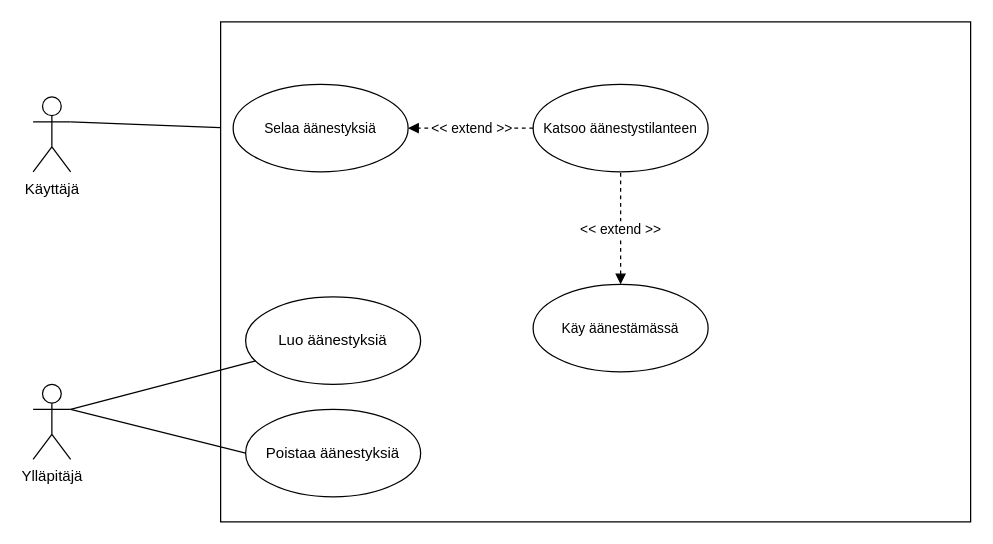
The draw.io diagram 662/622.drawio in tojutaha/tojutaha.github.io, before the edit. Source tidied: cells renumbered, new cells numbered last; positions are measured from the earlier drawing's top-left corner, leaving out a move shared by most shapes. Both pictures are drawn from the tidied source at 125%, with x=0, y=0 at pixel (32, 21).
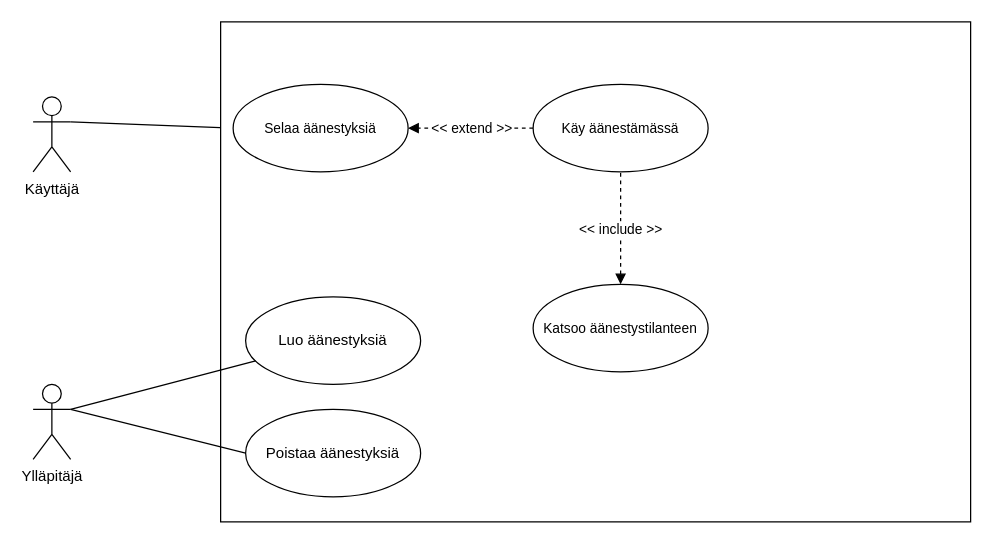
Above is the later version.

What changed in the source:
```diff
@@
 <mxGraphModel>
   <root>
     <mxCell id="0" />
     <mxCell id="1" parent="0" />
     <mxCell id="2" style="edgeStyle=none;shape=connector;rounded=0;jettySize=auto;html=1;exitX=1;exitY=0.3333333333333333;exitDx=0;exitDy=0;exitPerimeter=0;entryX=0;entryY=0.5;entryDx=0;entryDy=0;labelBackgroundColor=default;strokeColor=default;fontFamily=Helvetica;fontSize=11;fontColor=default;endArrow=none;endFill=0;" parent="1" edge="1" source="3" target="10">
       <mxGeometry relative="1" as="geometry" />
     </mxCell>
     <mxCell id="3" value="Käyttäjä" style="shape=umlActor;verticalLabelPosition=bottom;verticalAlign=top;html=1;outlineConnect=0;" parent="1" vertex="1">
       <mxGeometry y="60" width="30" height="60" as="geometry" />
     </mxCell>
     <mxCell id="4" value="Ylläpitäjä" style="shape=umlActor;verticalLabelPosition=bottom;verticalAlign=top;html=1;outlineConnect=0;" parent="1" vertex="1">
       <mxGeometry y="290" width="30" height="60" as="geometry" />
     </mxCell>
     <mxCell id="5" style="rounded=0;whiteSpace=wrap;html=1;" parent="1" vertex="1">
       <mxGeometry x="150" width="600" height="400" as="geometry" />
     </mxCell>
     <mxCell id="6" value="Poistaa äänestyksiä" style="ellipse;whiteSpace=wrap;html=1;" parent="1" vertex="1">
       <mxGeometry x="170" y="310" width="140" height="70" as="geometry" />
     </mxCell>
     <mxCell id="7" value="Luo äänestyksiä" style="ellipse;whiteSpace=wrap;html=1;" parent="1" vertex="1">
       <mxGeometry x="170" y="220" width="140" height="70" as="geometry" />
     </mxCell>
     <mxCell id="8" style="rounded=0;jettySize=auto;html=1;exitX=1;exitY=0.3333333333333333;exitDx=0;exitDy=0;exitPerimeter=0;endArrow=none;endFill=0;" parent="1" edge="1" source="4" target="7">
       <mxGeometry relative="1" as="geometry" />
     </mxCell>
     <mxCell id="9" style="rounded=0;jettySize=auto;html=1;exitX=1;exitY=0.3333333333333333;exitDx=0;exitDy=0;exitPerimeter=0;entryX=0;entryY=0.5;entryDx=0;entryDy=0;endArrow=none;endFill=0;" parent="1" edge="1" source="4" target="6">
       <mxGeometry relative="1" as="geometry" />
     </mxCell>
     <mxCell id="10" value="Selaa äänestyksiä" style="ellipse;whiteSpace=wrap;html=1;fontFamily=Helvetica;fontSize=11;fontColor=default;" parent="1" vertex="1">
       <mxGeometry x="160" y="50" width="140" height="70" as="geometry" />
     </mxCell>
     <mxCell id="11" style="edgeStyle=none;shape=connector;rounded=0;jettySize=auto;html=1;exitX=0;exitY=0.5;exitDx=0;exitDy=0;entryX=1;entryY=0.5;entryDx=0;entryDy=0;labelBackgroundColor=default;strokeColor=default;fontFamily=Helvetica;fontSize=11;fontColor=default;endArrow=block;endFill=1;dashed=1;" parent="1" edge="1" source="13" target="10">
       <mxGeometry relative="1" as="geometry" />
     </mxCell>
     <mxCell id="12" value="&amp;lt;&amp;lt; extend &amp;gt;&amp;gt;" style="edgeLabel;html=1;align=center;verticalAlign=middle;fontSize=11;fontFamily=Helvetica;fontColor=default;" parent="11" vertex="1">
       <mxGeometry x="-0.01" y="-1" relative="1" as="geometry" />
     </mxCell>
-    <mxCell id="13" value="Katsoo äänestystilanteen" style="ellipse;whiteSpace=wrap;html=1;fontFamily=Helvetica;fontSize=11;fontColor=default;" parent="1" vertex="1">
+    <mxCell id="13" value="Käy äänestämässä" style="ellipse;whiteSpace=wrap;html=1;fontFamily=Helvetica;fontSize=11;fontColor=default;" parent="1" vertex="1">
       <mxGeometry x="400" y="50" width="140" height="70" as="geometry" />
     </mxCell>
     <mxCell id="14" style="edgeStyle=none;shape=connector;rounded=0;jettySize=auto;html=1;exitX=0.5;exitY=0;exitDx=0;exitDy=0;entryX=0.5;entryY=1;entryDx=0;entryDy=0;labelBackgroundColor=default;strokeColor=default;fontFamily=Helvetica;fontSize=11;fontColor=default;endArrow=none;endFill=0;dashed=1;startArrow=block;startFill=1;" parent="1" edge="1" source="16" target="13">
       <mxGeometry relative="1" as="geometry" />
     </mxCell>
-    <mxCell id="15" value="&amp;lt;&amp;lt; extend &amp;gt;&amp;gt;" style="edgeLabel;html=1;align=center;verticalAlign=middle;fontSize=11;fontFamily=Helvetica;fontColor=default;" parent="14" vertex="1">
+    <mxCell id="15" value="&amp;lt;&amp;lt; include &amp;gt;&amp;gt;" style="edgeLabel;html=1;align=center;verticalAlign=middle;fontSize=11;fontFamily=Helvetica;fontColor=default;" parent="14" vertex="1">
       <mxGeometry y="1" relative="1" as="geometry" />
     </mxCell>
-    <mxCell id="16" value="Käy äänestämässä" style="ellipse;whiteSpace=wrap;html=1;fontFamily=Helvetica;fontSize=11;fontColor=default;" parent="1" vertex="1">
+    <mxCell id="16" value="Katsoo äänestystilanteen" style="ellipse;whiteSpace=wrap;html=1;fontFamily=Helvetica;fontSize=11;fontColor=default;" parent="1" vertex="1">
       <mxGeometry x="400" y="210" width="140" height="70" as="geometry" />
     </mxCell>
   </root>
 </mxGraphModel>
```
